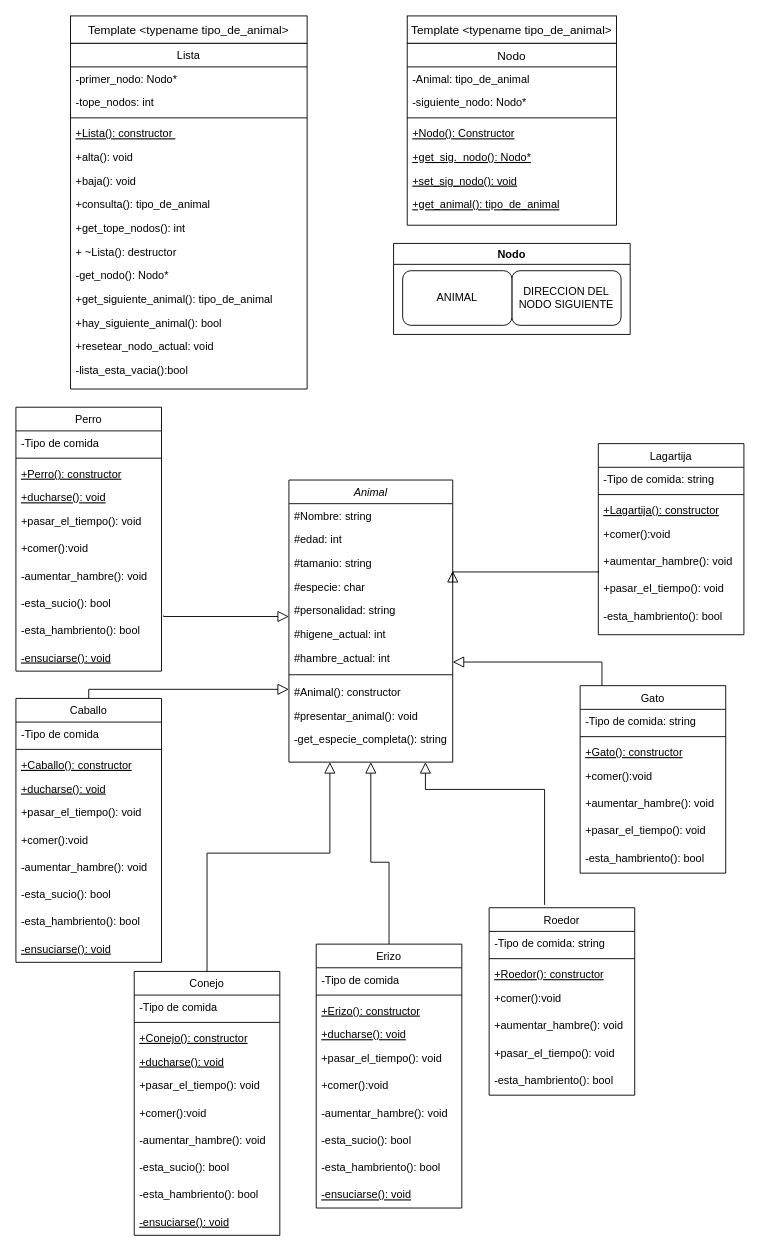
The draw.io diagram tp2_clases.drawio in gmenendez0/reserva_soniada, before the edit. Source tidied: cells renumbered, new cells numbered last; positions are measured from the earlier drawing's top-left corner, leaving out a move shared by most shapes. Both pictures are drawn from the tidied source at 91%, with x=0, y=0 at pixel (15, 15).
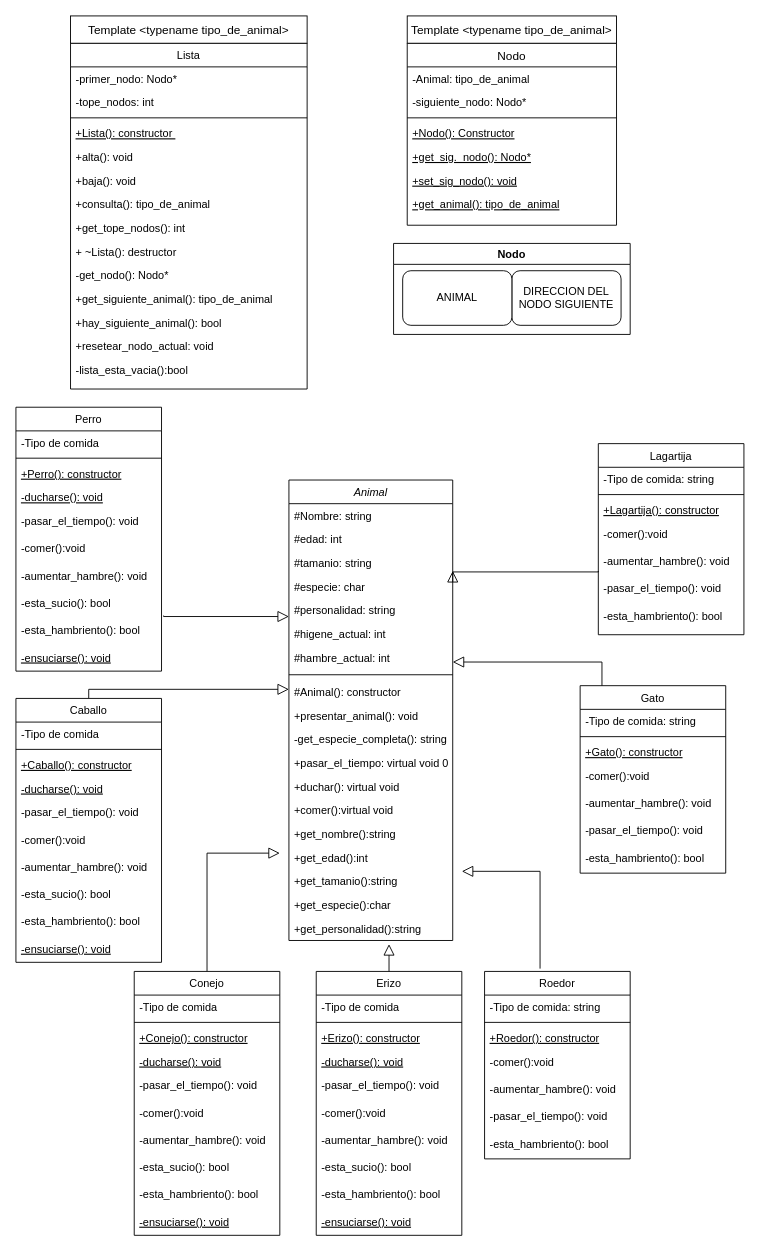
Above is the later version.

The change refers to these unchanged cells:
```xml
<mxCell id="28" value="Gato" style="swimlane;fontStyle=0;align=center;verticalAlign=top;horizontal=1;startSize=26;rounded=0;shadow=0;strokeWidth=1;" parent="1" vertex="1">
  <mxGeometry x="620" y="736" width="160" height="206" as="geometry" />
</mxCell>
<mxCell id="44" value="Lagartija" style="swimlane;fontStyle=0;align=center;verticalAlign=top;horizontal=1;startSize=26;rounded=0;shadow=0;strokeWidth=1;" parent="1" vertex="1">
  <mxGeometry x="640" y="470" width="160" height="210" as="geometry" />
</mxCell>
<mxCell id="82" value="Conejo" style="swimlane;fontStyle=0;align=center;verticalAlign=top;horizontal=1;startSize=26;rounded=0;shadow=0;strokeWidth=1;" parent="1" vertex="1">
  <mxGeometry x="130" y="1050" width="160" height="290" as="geometry" />
</mxCell>
<mxCell id="93" value="Caballo" style="swimlane;fontStyle=0;align=center;verticalAlign=top;horizontal=1;startSize=26;rounded=0;shadow=0;strokeWidth=1;" parent="1" vertex="1">
  <mxGeometry y="750" width="160" height="290" as="geometry" />
</mxCell>
<mxCell id="104" value="Perro" style="swimlane;fontStyle=0;align=center;verticalAlign=top;horizontal=1;startSize=26;rounded=0;shadow=0;strokeWidth=1;" parent="1" vertex="1">
  <mxGeometry y="430" width="160" height="290" as="geometry" />
</mxCell>
```

What changed in the source:
```diff
@@
     <mxCell id="2" value="Animal" style="swimlane;fontStyle=2;align=center;verticalAlign=top;horizontal=1;startSize=26;rounded=0;shadow=0;strokeWidth=1;" parent="1" vertex="1">
-      <mxGeometry x="300" y="510" width="180" height="310" as="geometry" />
+      <mxGeometry x="300" y="510" width="180" height="506" as="geometry" />
     </mxCell>
@@
-    <mxCell id="12" value="#presentar_animal(): void" style="text;align=left;verticalAlign=top;spacingLeft=4;spacingRight=4;overflow=hidden;" parent="2" vertex="1">
+    <mxCell id="12" value="+presentar_animal(): void" style="text;align=left;verticalAlign=top;spacingLeft=4;spacingRight=4;overflow=hidden;" parent="2" vertex="1">
       <mxGeometry y="246" width="180" height="26" as="geometry" />
     </mxCell>
@@
+    <mxCell id="117" value="+pasar_el_tiempo: virtual void 0" style="text;align=left;verticalAlign=top;spacingLeft=4;spacingRight=4;overflow=hidden;" parent="2" vertex="1">
+      <mxGeometry y="298" width="180" height="26" as="geometry" />
+    </mxCell>
+    <mxCell id="118" value="+duchar(): virtual void" style="text;align=left;verticalAlign=top;spacingLeft=4;spacingRight=4;overflow=hidden;" parent="2" vertex="1">
+      <mxGeometry y="324" width="180" height="26" as="geometry" />
+    </mxCell>
+    <mxCell id="119" value="+comer():virtual void" style="text;align=left;verticalAlign=top;spacingLeft=4;spacingRight=4;overflow=hidden;" parent="2" vertex="1">
+      <mxGeometry y="350" width="180" height="26" as="geometry" />
+    </mxCell>
+    <mxCell id="120" value="+get_nombre():string" style="text;align=left;verticalAlign=top;spacingLeft=4;spacingRight=4;overflow=hidden;" parent="2" vertex="1">
+      <mxGeometry y="376" width="180" height="26" as="geometry" />
+    </mxCell>
+    <mxCell id="121" value="+get_edad():int" style="text;align=left;verticalAlign=top;spacingLeft=4;spacingRight=4;overflow=hidden;" parent="2" vertex="1">
+      <mxGeometry y="402" width="180" height="26" as="geometry" />
+    </mxCell>
+    <mxCell id="122" value="+get_tamanio():string" style="text;align=left;verticalAlign=top;spacingLeft=4;spacingRight=4;overflow=hidden;" parent="2" vertex="1">
+      <mxGeometry y="428" width="180" height="26" as="geometry" />
+    </mxCell>
+    <mxCell id="123" value="+get_especie():char" style="text;align=left;verticalAlign=top;spacingLeft=4;spacingRight=4;overflow=hidden;" parent="2" vertex="1">
+      <mxGeometry y="454" width="180" height="26" as="geometry" />
+    </mxCell>
+    <mxCell id="124" value="+get_personalidad():string" style="text;align=left;verticalAlign=top;spacingLeft=4;spacingRight=4;overflow=hidden;" parent="2" vertex="1">
+      <mxGeometry y="480" width="180" height="26" as="geometry" />
+    </mxCell>
@@
     <mxCell id="15" value="Erizo" style="swimlane;fontStyle=0;align=center;verticalAlign=top;horizontal=1;startSize=26;rounded=0;shadow=0;strokeWidth=1;" parent="1" vertex="1">
-      <mxGeometry x="330" y="1020" width="160" height="290" as="geometry" />
+      <mxGeometry x="330" y="1050" width="160" height="290" as="geometry" />
     </mxCell>
@@
-    <mxCell id="19" value="+ducharse(): void" style="text;align=left;verticalAlign=top;spacingLeft=4;spacingRight=4;overflow=hidden;fontStyle=4;" parent="15" vertex="1">
+    <mxCell id="19" value="-ducharse(): void" style="text;align=left;verticalAlign=top;spacingLeft=4;spacingRight=4;overflow=hidden;fontStyle=4;" parent="15" vertex="1">
       <mxGeometry y="86" width="160" height="26" as="geometry" />
     </mxCell>
-    <mxCell id="20" value="+pasar_el_tiempo(): void" style="text;align=left;verticalAlign=top;spacingLeft=4;spacingRight=4;overflow=hidden;" parent="15" vertex="1">
+    <mxCell id="20" value="-pasar_el_tiempo(): void" style="text;align=left;verticalAlign=top;spacingLeft=4;spacingRight=4;overflow=hidden;" parent="15" vertex="1">
       <mxGeometry y="112" width="160" height="30" as="geometry" />
     </mxCell>
-    <mxCell id="21" value="+comer():void" style="text;align=left;verticalAlign=top;spacingLeft=4;spacingRight=4;overflow=hidden;" parent="15" vertex="1">
+    <mxCell id="21" value="-comer():void" style="text;align=left;verticalAlign=top;spacingLeft=4;spacingRight=4;overflow=hidden;" parent="15" vertex="1">
       <mxGeometry y="142" width="160" height="30" as="geometry" />
     </mxCell>
@@
-    <mxCell id="26" style="endArrow=block;endSize=10;endFill=0;shadow=0;strokeWidth=1;rounded=0;edgeStyle=elbowEdgeStyle;elbow=vertical;entryX=0.25;entryY=1;entryDx=0;entryDy=0;exitX=0.5;exitY=0;exitDx=0;exitDy=0;" parent="1" edge="1" source="82" target="2">
+    <mxCell id="26" style="endArrow=block;endSize=10;endFill=0;shadow=0;strokeWidth=1;rounded=0;edgeStyle=elbowEdgeStyle;elbow=vertical;exitX=0.5;exitY=0;exitDx=0;exitDy=0;" parent="1" edge="1" source="82">
       <mxGeometry relative="1" as="geometry">
+        <mxPoint x="290" y="920" as="targetPoint" />
         <Array as="points">
           <mxPoint x="250" y="920" />
           <mxPoint x="380" y="880" />
           <mxPoint x="170" y="910" />
         </Array>
       </mxGeometry>
     </mxCell>
-    <mxCell id="27" style="endArrow=block;endSize=10;endFill=0;shadow=0;strokeWidth=1;rounded=0;edgeStyle=elbowEdgeStyle;elbow=vertical;exitX=0.5;exitY=0;exitDx=0;exitDy=0;entryX=0.5;entryY=1;entryDx=0;entryDy=0;" parent="1" edge="1" source="15" target="2">
+    <mxCell id="27" style="endArrow=block;endSize=10;endFill=0;shadow=0;strokeWidth=1;rounded=0;edgeStyle=elbowEdgeStyle;elbow=vertical;exitX=0.5;exitY=0;exitDx=0;exitDy=0;" parent="1" edge="1" source="15">
       <mxGeometry relative="1" as="geometry">
-        <Array as="points">
-          <mxPoint x="370" y="930" />
-        </Array>
+        <mxPoint x="410" y="1020" as="targetPoint" />
       </mxGeometry>
     </mxCell>
@@
-    <mxCell id="32" value="+comer():void" style="text;align=left;verticalAlign=top;spacingLeft=4;spacingRight=4;overflow=hidden;" parent="28" vertex="1">
+    <mxCell id="32" value="-comer():void" style="text;align=left;verticalAlign=top;spacingLeft=4;spacingRight=4;overflow=hidden;" parent="28" vertex="1">
       <mxGeometry y="86" width="160" height="30" as="geometry" />
     </mxCell>
-    <mxCell id="33" value="+aumentar_hambre(): void" style="text;align=left;verticalAlign=top;spacingLeft=4;spacingRight=4;overflow=hidden;" parent="28" vertex="1">
+    <mxCell id="33" value="-aumentar_hambre(): void" style="text;align=left;verticalAlign=top;spacingLeft=4;spacingRight=4;overflow=hidden;" parent="28" vertex="1">
       <mxGeometry y="116" width="160" height="30" as="geometry" />
     </mxCell>
-    <mxCell id="34" value="+pasar_el_tiempo(): void" style="text;align=left;verticalAlign=top;spacingLeft=4;spacingRight=4;overflow=hidden;" parent="28" vertex="1">
+    <mxCell id="34" value="-pasar_el_tiempo(): void" style="text;align=left;verticalAlign=top;spacingLeft=4;spacingRight=4;overflow=hidden;" parent="28" vertex="1">
       <mxGeometry y="146" width="160" height="30" as="geometry" />
     </mxCell>
@@
     <mxCell id="36" value="Roedor" style="swimlane;fontStyle=0;align=center;verticalAlign=top;horizontal=1;startSize=26;rounded=0;shadow=0;strokeWidth=1;" parent="1" vertex="1">
-      <mxGeometry x="520" y="980" width="160" height="206" as="geometry" />
+      <mxGeometry x="515" y="1050" width="160" height="206" as="geometry" />
     </mxCell>
@@
-    <mxCell id="40" value="+comer():void" style="text;align=left;verticalAlign=top;spacingLeft=4;spacingRight=4;overflow=hidden;" parent="36" vertex="1">
+    <mxCell id="40" value="-comer():void" style="text;align=left;verticalAlign=top;spacingLeft=4;spacingRight=4;overflow=hidden;" parent="36" vertex="1">
       <mxGeometry y="86" width="160" height="30" as="geometry" />
     </mxCell>
-    <mxCell id="41" value="+aumentar_hambre(): void" style="text;align=left;verticalAlign=top;spacingLeft=4;spacingRight=4;overflow=hidden;" parent="36" vertex="1">
+    <mxCell id="41" value="-aumentar_hambre(): void" style="text;align=left;verticalAlign=top;spacingLeft=4;spacingRight=4;overflow=hidden;" parent="36" vertex="1">
       <mxGeometry y="116" width="160" height="30" as="geometry" />
     </mxCell>
-    <mxCell id="42" value="+pasar_el_tiempo(): void" style="text;align=left;verticalAlign=top;spacingLeft=4;spacingRight=4;overflow=hidden;" parent="36" vertex="1">
+    <mxCell id="42" value="-pasar_el_tiempo(): void" style="text;align=left;verticalAlign=top;spacingLeft=4;spacingRight=4;overflow=hidden;" parent="36" vertex="1">
       <mxGeometry y="146" width="160" height="30" as="geometry" />
     </mxCell>
@@
-    <mxCell id="48" value="+comer():void" style="text;align=left;verticalAlign=top;spacingLeft=4;spacingRight=4;overflow=hidden;" parent="44" vertex="1">
+    <mxCell id="48" value="-comer():void" style="text;align=left;verticalAlign=top;spacingLeft=4;spacingRight=4;overflow=hidden;" parent="44" vertex="1">
       <mxGeometry y="86" width="160" height="30" as="geometry" />
     </mxCell>
-    <mxCell id="49" value="+aumentar_hambre(): void" style="text;align=left;verticalAlign=top;spacingLeft=4;spacingRight=4;overflow=hidden;" parent="44" vertex="1">
+    <mxCell id="49" value="-aumentar_hambre(): void" style="text;align=left;verticalAlign=top;spacingLeft=4;spacingRight=4;overflow=hidden;" parent="44" vertex="1">
       <mxGeometry y="116" width="160" height="30" as="geometry" />
     </mxCell>
-    <mxCell id="50" value="+pasar_el_tiempo(): void" style="text;align=left;verticalAlign=top;spacingLeft=4;spacingRight=4;overflow=hidden;" parent="44" vertex="1">
+    <mxCell id="50" value="-pasar_el_tiempo(): void" style="text;align=left;verticalAlign=top;spacingLeft=4;spacingRight=4;overflow=hidden;" parent="44" vertex="1">
       <mxGeometry y="146" width="160" height="30" as="geometry" />
     </mxCell>
@@
     <mxCell id="53" style="endArrow=block;endSize=10;endFill=0;shadow=0;strokeWidth=1;rounded=0;edgeStyle=elbowEdgeStyle;elbow=vertical;exitX=0.381;exitY=-0.015;exitDx=0;exitDy=0;exitPerimeter=0;" parent="1" edge="1" source="36">
       <mxGeometry relative="1" as="geometry">
-        <mxPoint x="450" y="820" as="targetPoint" />
+        <mxPoint x="490" y="940" as="targetPoint" />
         <Array as="points">
-          <mxPoint x="530" y="850" />
+          <mxPoint x="576" y="940" />
           <mxPoint x="624" y="801" />
           <mxPoint x="484" y="801" />
           <mxPoint x="574" y="801" />
           <mxPoint x="574" y="800" />
           <mxPoint x="544" y="901" />
         </Array>
       </mxGeometry>
     </mxCell>
@@
-    <mxCell id="86" value="+ducharse(): void" style="text;align=left;verticalAlign=top;spacingLeft=4;spacingRight=4;overflow=hidden;fontStyle=4;" parent="82" vertex="1">
+    <mxCell id="86" value="-ducharse(): void" style="text;align=left;verticalAlign=top;spacingLeft=4;spacingRight=4;overflow=hidden;fontStyle=4;" parent="82" vertex="1">
       <mxGeometry y="86" width="160" height="26" as="geometry" />
     </mxCell>
-    <mxCell id="87" value="+pasar_el_tiempo(): void" style="text;align=left;verticalAlign=top;spacingLeft=4;spacingRight=4;overflow=hidden;" parent="82" vertex="1">
+    <mxCell id="87" value="-pasar_el_tiempo(): void" style="text;align=left;verticalAlign=top;spacingLeft=4;spacingRight=4;overflow=hidden;" parent="82" vertex="1">
       <mxGeometry y="112" width="160" height="30" as="geometry" />
     </mxCell>
-    <mxCell id="88" value="+comer():void" style="text;align=left;verticalAlign=top;spacingLeft=4;spacingRight=4;overflow=hidden;" parent="82" vertex="1">
+    <mxCell id="88" value="-comer():void" style="text;align=left;verticalAlign=top;spacingLeft=4;spacingRight=4;overflow=hidden;" parent="82" vertex="1">
       <mxGeometry y="142" width="160" height="30" as="geometry" />
     </mxCell>
@@
-    <mxCell id="97" value="+ducharse(): void" style="text;align=left;verticalAlign=top;spacingLeft=4;spacingRight=4;overflow=hidden;fontStyle=4;" parent="93" vertex="1">
+    <mxCell id="97" value="-ducharse(): void" style="text;align=left;verticalAlign=top;spacingLeft=4;spacingRight=4;overflow=hidden;fontStyle=4;" parent="93" vertex="1">
       <mxGeometry y="86" width="160" height="26" as="geometry" />
     </mxCell>
-    <mxCell id="98" value="+pasar_el_tiempo(): void" style="text;align=left;verticalAlign=top;spacingLeft=4;spacingRight=4;overflow=hidden;" parent="93" vertex="1">
+    <mxCell id="98" value="-pasar_el_tiempo(): void" style="text;align=left;verticalAlign=top;spacingLeft=4;spacingRight=4;overflow=hidden;" parent="93" vertex="1">
       <mxGeometry y="112" width="160" height="30" as="geometry" />
     </mxCell>
-    <mxCell id="99" value="+comer():void" style="text;align=left;verticalAlign=top;spacingLeft=4;spacingRight=4;overflow=hidden;" parent="93" vertex="1">
+    <mxCell id="99" value="-comer():void" style="text;align=left;verticalAlign=top;spacingLeft=4;spacingRight=4;overflow=hidden;" parent="93" vertex="1">
       <mxGeometry y="142" width="160" height="30" as="geometry" />
     </mxCell>
@@
-    <mxCell id="108" value="+ducharse(): void" style="text;align=left;verticalAlign=top;spacingLeft=4;spacingRight=4;overflow=hidden;fontStyle=4;" parent="104" vertex="1">
+    <mxCell id="108" value="-ducharse(): void" style="text;align=left;verticalAlign=top;spacingLeft=4;spacingRight=4;overflow=hidden;fontStyle=4;" parent="104" vertex="1">
       <mxGeometry y="86" width="160" height="26" as="geometry" />
     </mxCell>
-    <mxCell id="109" value="+pasar_el_tiempo(): void" style="text;align=left;verticalAlign=top;spacingLeft=4;spacingRight=4;overflow=hidden;" parent="104" vertex="1">
+    <mxCell id="109" value="-pasar_el_tiempo(): void" style="text;align=left;verticalAlign=top;spacingLeft=4;spacingRight=4;overflow=hidden;" parent="104" vertex="1">
       <mxGeometry y="112" width="160" height="30" as="geometry" />
     </mxCell>
-    <mxCell id="110" value="+comer():void" style="text;align=left;verticalAlign=top;spacingLeft=4;spacingRight=4;overflow=hidden;" parent="104" vertex="1">
+    <mxCell id="110" value="-comer():void" style="text;align=left;verticalAlign=top;spacingLeft=4;spacingRight=4;overflow=hidden;" parent="104" vertex="1">
       <mxGeometry y="142" width="160" height="30" as="geometry" />
     </mxCell>
```
